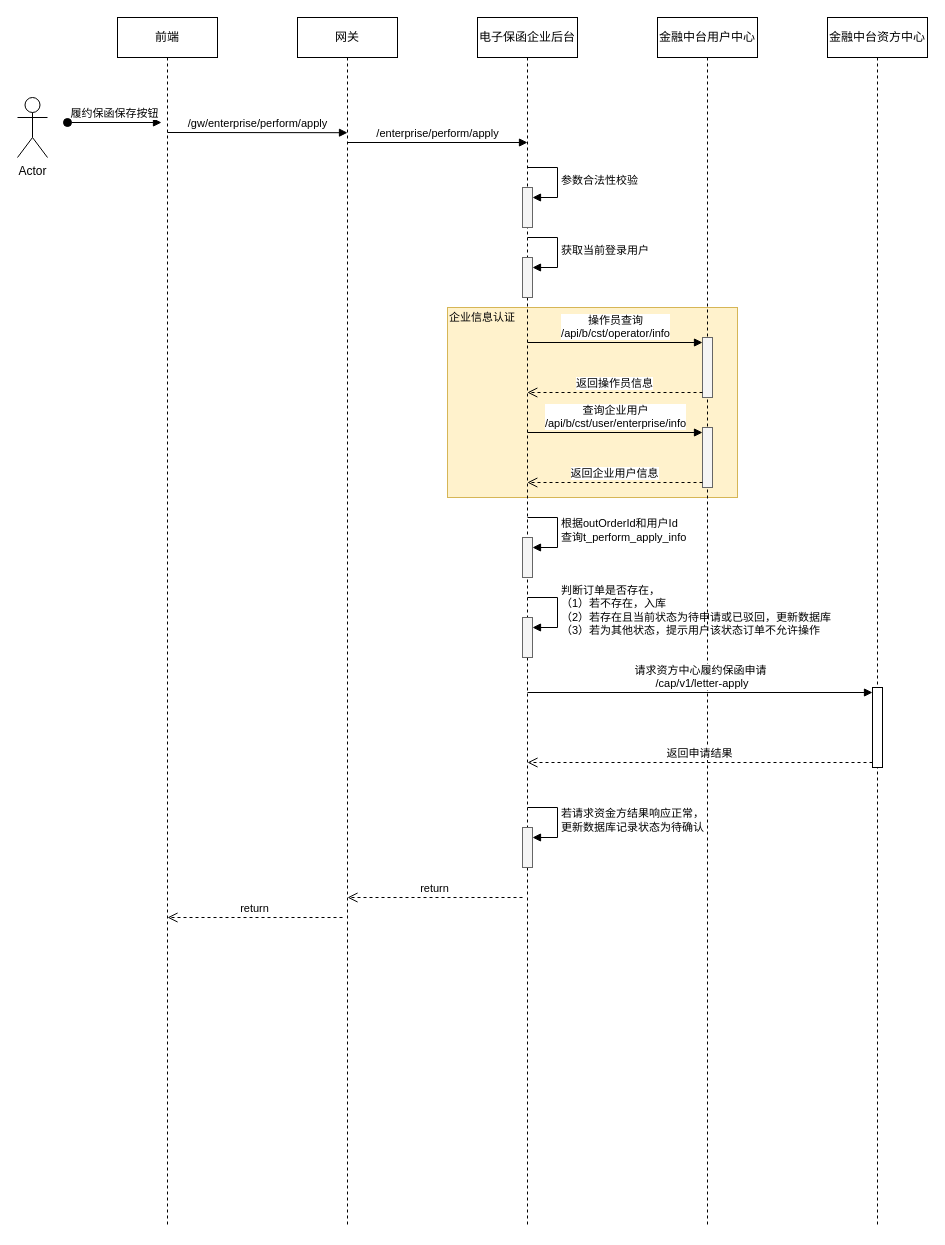
Earlier version of the draw.io diagram page "付款凭证上传" (6 of 7) of UML/履约保函.drawio (hezhuma/image-repo). Source tidied: cells renumbered, new cells numbered last; positions are measured from the earlier drawing's top-left corner, leaving out a move shared by most shapes. Both pictures are drawn from the tidied source at 100%, with x=0, y=0 at pixel (17, 17).
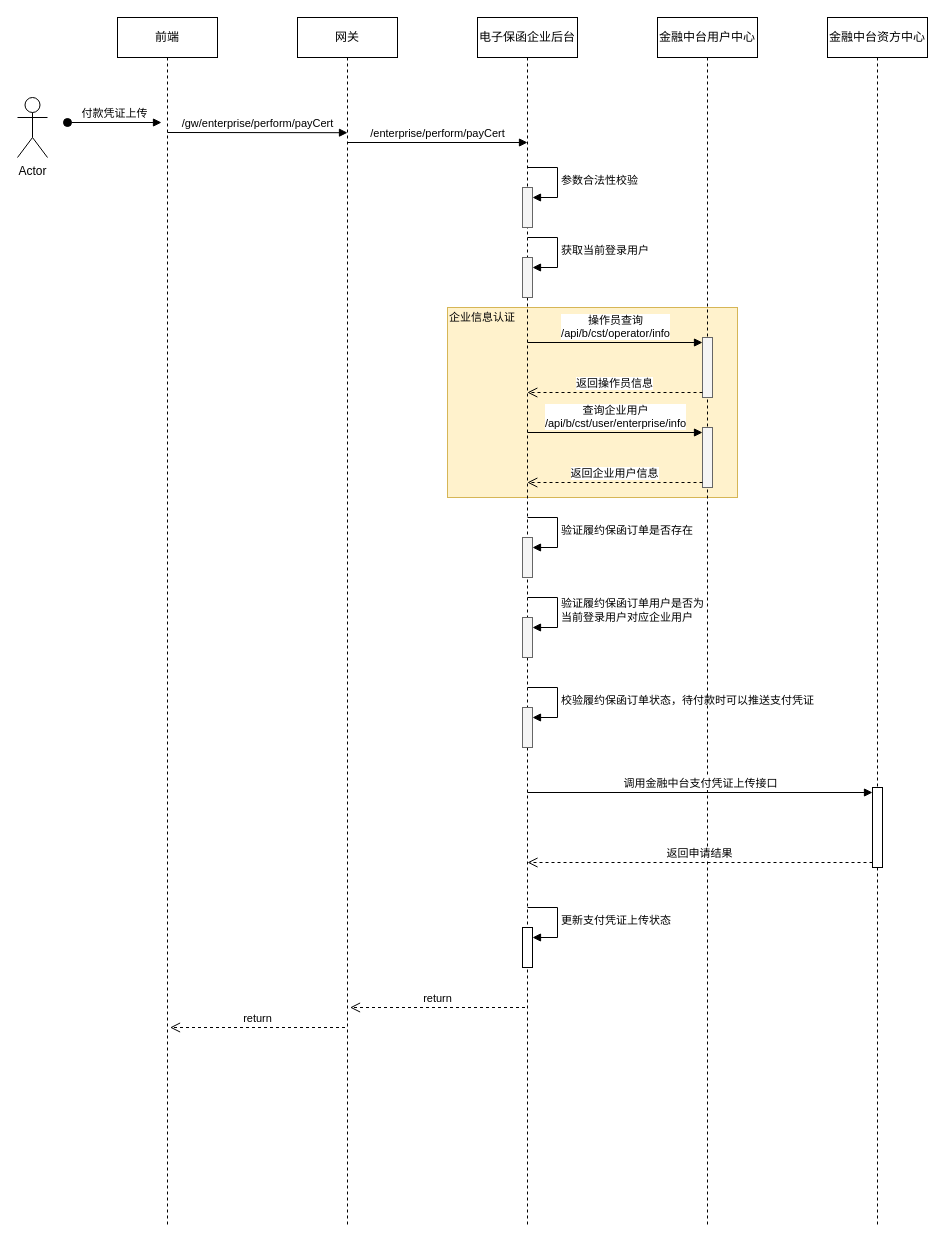
After the change.

Unchanged cells that the change refers to:
```xml
<mxCell id="3" value="前端" style="shape=umlLifeline;perimeter=lifelinePerimeter;whiteSpace=wrap;html=1;newEdgeStyle={&quot;curved&quot;:0,&quot;rounded&quot;:0};" parent="1" vertex="1">
  <mxGeometry x="100" width="100" height="1210" as="geometry" />
</mxCell>
<mxCell id="6" value="电子保函企业后台" style="shape=umlLifeline;perimeter=lifelinePerimeter;whiteSpace=wrap;html=1;newEdgeStyle={&quot;curved&quot;:0,&quot;rounded&quot;:0};" parent="1" vertex="1">
  <mxGeometry x="460" width="100" height="1210" as="geometry" />
</mxCell>
<mxCell id="11" style="html=1;points=[[0,0,0,0,5],[0,1,0,0,-5],[1,0,0,0,5],[1,1,0,0,-5]];perimeter=orthogonalPerimeter;outlineConnect=0;targetShapes=umlLifeline;portConstraint=eastwest;newEdgeStyle={&quot;curved&quot;:0,&quot;rounded&quot;:0};fillColor=#f5f5f5;fontColor=#333333;strokeColor=#666666;" parent="6" vertex="1">
  <mxGeometry x="45" y="520" width="10" height="40" as="geometry" />
</mxCell>
<mxCell id="13" style="html=1;points=[[0,0,0,0,5],[0,1,0,0,-5],[1,0,0,0,5],[1,1,0,0,-5]];perimeter=orthogonalPerimeter;outlineConnect=0;targetShapes=umlLifeline;portConstraint=eastwest;newEdgeStyle={&quot;curved&quot;:0,&quot;rounded&quot;:0};fillColor=#f5f5f5;fontColor=#333333;strokeColor=#666666;" parent="6" vertex="1">
  <mxGeometry x="45" y="600" width="10" height="40" as="geometry" />
</mxCell>
<mxCell id="22" value="金融中台资方中心" style="shape=umlLifeline;perimeter=lifelinePerimeter;whiteSpace=wrap;html=1;newEdgeStyle={&quot;curved&quot;:0,&quot;rounded&quot;:0};" parent="1" vertex="1">
  <mxGeometry x="810" width="100" height="1210" as="geometry" />
</mxCell>
```

Change to the diagram source:
```diff
@@
-    <mxCell id="2" style="rounded=0;whiteSpace=wrap;html=1;fillColor=#fff2cc;strokeColor=#d6b656;" parent="1" vertex="1">
-      <mxGeometry x="430" y="290" width="290" height="190" as="geometry" />
-    </mxCell>
+    <mxCell id="34" style="rounded=0;whiteSpace=wrap;html=1;fillColor=#fff2cc;strokeColor=#d6b656;" parent="1" vertex="1">
+      <mxGeometry x="430" y="290" width="290" height="190" as="geometry" />
+    </mxCell>
@@
-    <mxCell id="4" value="履约保函保存按钮" style="html=1;verticalAlign=bottom;startArrow=oval;endArrow=block;startSize=8;curved=0;rounded=0;entryX=0;entryY=0;entryDx=0;entryDy=5;" parent="3" edge="1">
-      <mxGeometry relative="1" as="geometry">
-        <mxPoint x="-50" y="105" as="sourcePoint" />
-        <mxPoint x="44" y="105" as="targetPoint" />
-      </mxGeometry>
-    </mxCell>
+    <mxCell id="35" value="付款凭证上传" style="html=1;verticalAlign=bottom;startArrow=oval;endArrow=block;startSize=8;curved=0;rounded=0;entryX=0;entryY=0;entryDx=0;entryDy=5;" parent="3" edge="1">
+      <mxGeometry relative="1" as="geometry">
+        <mxPoint x="-50" y="105" as="sourcePoint" />
+        <mxPoint x="44" y="105" as="targetPoint" />
+      </mxGeometry>
+    </mxCell>
@@
-    <mxCell id="12" value="根据outOrderId和用户Id&lt;br&gt;查询t_perform_apply_info" style="html=1;align=left;spacingLeft=2;endArrow=block;rounded=0;edgeStyle=orthogonalEdgeStyle;curved=0;rounded=0;" parent="6" edge="1" target="11">
-      <mxGeometry relative="1" as="geometry">
-        <mxPoint x="50" y="500" as="sourcePoint" />
-        <Array as="points">
-          <mxPoint x="80" y="530" />
-        </Array>
-      </mxGeometry>
-    </mxCell>
+    <mxCell id="36" value="验证履约保函订单是否存在" style="html=1;align=left;spacingLeft=2;endArrow=block;rounded=0;edgeStyle=orthogonalEdgeStyle;curved=0;rounded=0;" parent="6" edge="1" target="11">
+      <mxGeometry relative="1" as="geometry">
+        <mxPoint x="50" y="500" as="sourcePoint" />
+        <Array as="points">
+          <mxPoint x="80" y="530" />
+        </Array>
+      </mxGeometry>
+    </mxCell>
@@
-    <mxCell id="14" value="判断订单是否存在，&lt;br style=&quot;border-color: var(--border-color);&quot;&gt;（1）若不存在，入库&lt;br style=&quot;border-color: var(--border-color);&quot;&gt;（2）若存在且当前状态为待申请或已驳回，更新数据库&lt;br style=&quot;border-color: var(--border-color);&quot;&gt;（3）若为其他状态，提示用户该状态订单不允许操作" style="html=1;align=left;spacingLeft=2;endArrow=block;rounded=0;edgeStyle=orthogonalEdgeStyle;curved=0;rounded=0;" parent="6" edge="1" target="13">
-      <mxGeometry relative="1" as="geometry">
-        <mxPoint x="50" y="580" as="sourcePoint" />
-        <Array as="points">
-          <mxPoint x="80" y="610" />
-        </Array>
-      </mxGeometry>
-    </mxCell>
-    <mxCell id="15" style="html=1;points=[[0,0,0,0,5],[0,1,0,0,-5],[1,0,0,0,5],[1,1,0,0,-5]];perimeter=orthogonalPerimeter;outlineConnect=0;targetShapes=umlLifeline;portConstraint=eastwest;newEdgeStyle={&quot;curved&quot;:0,&quot;rounded&quot;:0};fillColor=#f5f5f5;fontColor=#333333;strokeColor=#666666;" parent="6" vertex="1">
-      <mxGeometry x="45" y="810" width="10" height="40" as="geometry" />
-    </mxCell>
-    <mxCell id="16" value="若请求资金方结果响应正常，&lt;br&gt;更新数据库记录状态为待确认" style="html=1;align=left;spacingLeft=2;endArrow=block;rounded=0;edgeStyle=orthogonalEdgeStyle;curved=0;rounded=0;" parent="6" edge="1" target="15">
-      <mxGeometry relative="1" as="geometry">
-        <mxPoint x="50" y="790" as="sourcePoint" />
-        <Array as="points">
-          <mxPoint x="80" y="820" />
-        </Array>
-      </mxGeometry>
-    </mxCell>
+    <mxCell id="37" value="验证履约保函订单用户是否为&lt;br&gt;当前登录用户对应企业用户" style="html=1;align=left;spacingLeft=2;endArrow=block;rounded=0;edgeStyle=orthogonalEdgeStyle;curved=0;rounded=0;" parent="6" edge="1" target="13">
+      <mxGeometry relative="1" as="geometry">
+        <mxPoint x="50" y="580" as="sourcePoint" />
+        <Array as="points">
+          <mxPoint x="80" y="610" />
+        </Array>
+      </mxGeometry>
+    </mxCell>
+    <mxCell id="38" style="html=1;points=[[0,0,0,0,5],[0,1,0,0,-5],[1,0,0,0,5],[1,1,0,0,-5]];perimeter=orthogonalPerimeter;outlineConnect=0;targetShapes=umlLifeline;portConstraint=eastwest;newEdgeStyle={&quot;curved&quot;:0,&quot;rounded&quot;:0};fillColor=#f5f5f5;fontColor=#333333;strokeColor=#666666;" parent="6" vertex="1">
+      <mxGeometry x="45" y="690" width="10" height="40" as="geometry" />
+    </mxCell>
+    <mxCell id="39" value="校验履约保函订单状态，待付款时可以推送支付凭证" style="html=1;align=left;spacingLeft=2;endArrow=block;rounded=0;edgeStyle=orthogonalEdgeStyle;curved=0;rounded=0;" parent="6" edge="1" target="38">
+      <mxGeometry relative="1" as="geometry">
+        <mxPoint x="50" y="670" as="sourcePoint" />
+        <Array as="points">
+          <mxPoint x="80" y="700" />
+        </Array>
+      </mxGeometry>
+    </mxCell>
+    <mxCell id="40" style="html=1;points=[[0,0,0,0,5],[0,1,0,0,-5],[1,0,0,0,5],[1,1,0,0,-5]];perimeter=orthogonalPerimeter;outlineConnect=0;targetShapes=umlLifeline;portConstraint=eastwest;newEdgeStyle={&quot;curved&quot;:0,&quot;rounded&quot;:0};" parent="6" vertex="1">
+      <mxGeometry x="45" y="910" width="10" height="40" as="geometry" />
+    </mxCell>
+    <mxCell id="41" value="更新支付凭证上传状态" style="html=1;align=left;spacingLeft=2;endArrow=block;rounded=0;edgeStyle=orthogonalEdgeStyle;curved=0;rounded=0;" parent="6" edge="1" target="40">
+      <mxGeometry relative="1" as="geometry">
+        <mxPoint x="50" y="890" as="sourcePoint" />
+        <Array as="points">
+          <mxPoint x="80" y="920" />
+        </Array>
+      </mxGeometry>
+    </mxCell>
@@
-    <mxCell id="23" style="html=1;points=[[0,0,0,0,5],[0,1,0,0,-5],[1,0,0,0,5],[1,1,0,0,-5]];perimeter=orthogonalPerimeter;outlineConnect=0;targetShapes=umlLifeline;portConstraint=eastwest;newEdgeStyle={&quot;curved&quot;:0,&quot;rounded&quot;:0};" parent="22" vertex="1">
-      <mxGeometry x="45" y="670" width="10" height="80" as="geometry" />
-    </mxCell>
+    <mxCell id="42" style="html=1;points=[[0,0,0,0,5],[0,1,0,0,-5],[1,0,0,0,5],[1,1,0,0,-5]];perimeter=orthogonalPerimeter;outlineConnect=0;targetShapes=umlLifeline;portConstraint=eastwest;newEdgeStyle={&quot;curved&quot;:0,&quot;rounded&quot;:0};" parent="22" vertex="1">
+      <mxGeometry x="45" y="770" width="10" height="80" as="geometry" />
+    </mxCell>
@@
-    <mxCell id="25" value="/gw/enterprise/perform/apply" style="html=1;verticalAlign=bottom;endArrow=block;curved=0;rounded=0;entryX=0.5;entryY=0.12;entryDx=0;entryDy=0;entryPerimeter=0;" parent="1" edge="1">
-      <mxGeometry relative="1" as="geometry">
-        <mxPoint x="150" y="115" as="sourcePoint" />
-        <mxPoint x="330" y="115.2" as="targetPoint" />
-      </mxGeometry>
-    </mxCell>
-    <mxCell id="26" value="return" style="html=1;verticalAlign=bottom;endArrow=open;dashed=1;endSize=8;curved=0;rounded=0;exitX=0;exitY=1;exitDx=0;exitDy=-5;" parent="1" edge="1">
-      <mxGeometry relative="1" as="geometry">
-        <mxPoint x="325" y="900" as="sourcePoint" />
-        <mxPoint x="150" y="900" as="targetPoint" />
-      </mxGeometry>
-    </mxCell>
-    <mxCell id="27" value="/enterprise/perform/apply" style="html=1;verticalAlign=bottom;endArrow=block;curved=0;rounded=0;entryX=0.5;entryY=0.12;entryDx=0;entryDy=0;entryPerimeter=0;" parent="1" edge="1">
-      <mxGeometry relative="1" as="geometry">
-        <mxPoint x="330" y="125" as="sourcePoint" />
-        <mxPoint x="510" y="125" as="targetPoint" />
-      </mxGeometry>
-    </mxCell>
+    <mxCell id="43" value="/gw/enterprise/perform/payCert" style="html=1;verticalAlign=bottom;endArrow=block;curved=0;rounded=0;entryX=0.5;entryY=0.12;entryDx=0;entryDy=0;entryPerimeter=0;" parent="1" edge="1">
+      <mxGeometry relative="1" as="geometry">
+        <mxPoint x="150" y="115" as="sourcePoint" />
+        <mxPoint x="330" y="115.2" as="targetPoint" />
+      </mxGeometry>
+    </mxCell>
+    <mxCell id="44" value="return" style="html=1;verticalAlign=bottom;endArrow=open;dashed=1;endSize=8;curved=0;rounded=0;exitX=0;exitY=1;exitDx=0;exitDy=-5;" parent="1" edge="1">
+      <mxGeometry relative="1" as="geometry">
+        <mxPoint x="327.5" y="1010" as="sourcePoint" />
+        <mxPoint x="152.5" y="1010" as="targetPoint" />
+      </mxGeometry>
+    </mxCell>
+    <mxCell id="45" value="/enterprise/perform/payCert" style="html=1;verticalAlign=bottom;endArrow=block;curved=0;rounded=0;entryX=0.5;entryY=0.12;entryDx=0;entryDy=0;entryPerimeter=0;" parent="1" edge="1">
+      <mxGeometry relative="1" as="geometry">
+        <mxPoint x="330" y="125" as="sourcePoint" />
+        <mxPoint x="510" y="125" as="targetPoint" />
+      </mxGeometry>
+    </mxCell>
@@
-    <mxCell id="31" value="return" style="html=1;verticalAlign=bottom;endArrow=open;dashed=1;endSize=8;curved=0;rounded=0;exitX=0;exitY=1;exitDx=0;exitDy=-5;" parent="1" edge="1">
-      <mxGeometry relative="1" as="geometry">
-        <mxPoint x="505" y="880" as="sourcePoint" />
-        <mxPoint x="330" y="880" as="targetPoint" />
-      </mxGeometry>
-    </mxCell>
-    <mxCell id="32" value="请求资方中心履约保函申请&lt;br&gt;&amp;nbsp;/cap/v1/letter-apply" style="html=1;verticalAlign=bottom;endArrow=block;curved=0;rounded=0;entryX=0;entryY=0;entryDx=0;entryDy=5;" parent="1" edge="1" target="23">
-      <mxGeometry relative="1" as="geometry">
-        <mxPoint x="510" y="675" as="sourcePoint" />
-      </mxGeometry>
-    </mxCell>
+    <mxCell id="46" value="return" style="html=1;verticalAlign=bottom;endArrow=open;dashed=1;endSize=8;curved=0;rounded=0;exitX=0;exitY=1;exitDx=0;exitDy=-5;" parent="1" edge="1">
+      <mxGeometry relative="1" as="geometry">
+        <mxPoint x="507.5" y="990" as="sourcePoint" />
+        <mxPoint x="332.5" y="990" as="targetPoint" />
+      </mxGeometry>
+    </mxCell>
+    <mxCell id="47" value="调用金融中台支付凭证上传接口" style="html=1;verticalAlign=bottom;endArrow=block;curved=0;rounded=0;entryX=0;entryY=0;entryDx=0;entryDy=5;" parent="1" edge="1" target="42">
+      <mxGeometry relative="1" as="geometry">
+        <mxPoint x="510" y="775" as="sourcePoint" />
+      </mxGeometry>
+    </mxCell>
-    <mxCell id="33" value="返回申请结果" style="html=1;verticalAlign=bottom;endArrow=open;dashed=1;endSize=8;curved=0;rounded=0;exitX=0;exitY=1;exitDx=0;exitDy=-5;" parent="1" edge="1" source="23">
+    <mxCell id="33" value="返回申请结果" style="html=1;verticalAlign=bottom;endArrow=open;dashed=1;endSize=8;curved=0;rounded=0;exitX=0;exitY=1;exitDx=0;exitDy=-5;" parent="1" edge="1" source="42">
       <mxGeometry relative="1" as="geometry">
-        <mxPoint x="510" y="745" as="targetPoint" />
+        <mxPoint x="510" y="845" as="targetPoint" />
       </mxGeometry>
     </mxCell>
```
